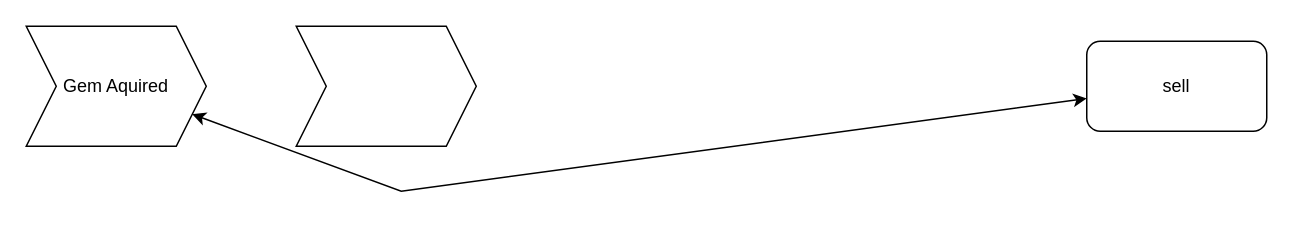
Before: Untitled Diagram.drawio in Venom-UI/Game, a draw.io diagram. Source tidied: cells renumbered, new cells numbered last; positions are measured from the earlier drawing's top-left corner, leaving out a move shared by most shapes. Both pictures are drawn from the tidied source at 150%, with x=0, y=0 at pixel (26, 26).
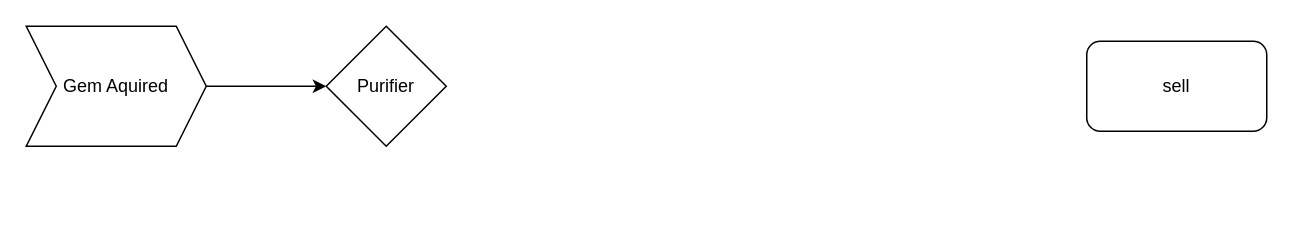
After the change.

Change to the diagram source:
```diff
@@
 <mxGraphModel>
   <root>
     <mxCell id="0" />
     <mxCell id="1" parent="0" />
     <mxCell id="2" value="Gem Aquired" style="shape=step;perimeter=stepPerimeter;whiteSpace=wrap;html=1;fixedSize=1;" parent="1" vertex="1">
       <mxGeometry width="120" height="80" as="geometry" />
     </mxCell>
-    <mxCell id="3" style="shape=step;perimeter=stepPerimeter;whiteSpace=wrap;html=1;fixedSize=1;" parent="1" vertex="1">
-      <mxGeometry x="180" width="120" height="80" as="geometry" />
-    </mxCell>
     <mxCell id="4" value="sell" style="rounded=1;whiteSpace=wrap;html=1;" parent="1" vertex="1">
       <mxGeometry x="707" y="10" width="120" height="60" as="geometry" />
     </mxCell>
-    <mxCell id="5" style="endArrow=classic;startArrow=classic;html=1;rounded=0;" parent="1" edge="1" source="2" target="4">
-      <mxGeometry relative="1" as="geometry">
-        <Array as="points">
-          <mxPoint x="250" y="110" />
-        </Array>
-      </mxGeometry>
-    </mxCell>
+    <mxCell id="6" style="endArrow=classic;html=1;rounded=0;exitX=1;exitY=0.5;exitDx=0;exitDy=0;" parent="1" edge="1" source="2">
+      <mxGeometry relative="1" as="geometry">
+        <mxPoint x="200" y="40" as="targetPoint" />
+      </mxGeometry>
+    </mxCell>
+    <mxCell id="7" value="Purifier" style="rhombus;whiteSpace=wrap;html=1;" parent="1" vertex="1">
+      <mxGeometry x="200" width="80" height="80" as="geometry" />
+    </mxCell>
   </root>
 </mxGraphModel>
```
